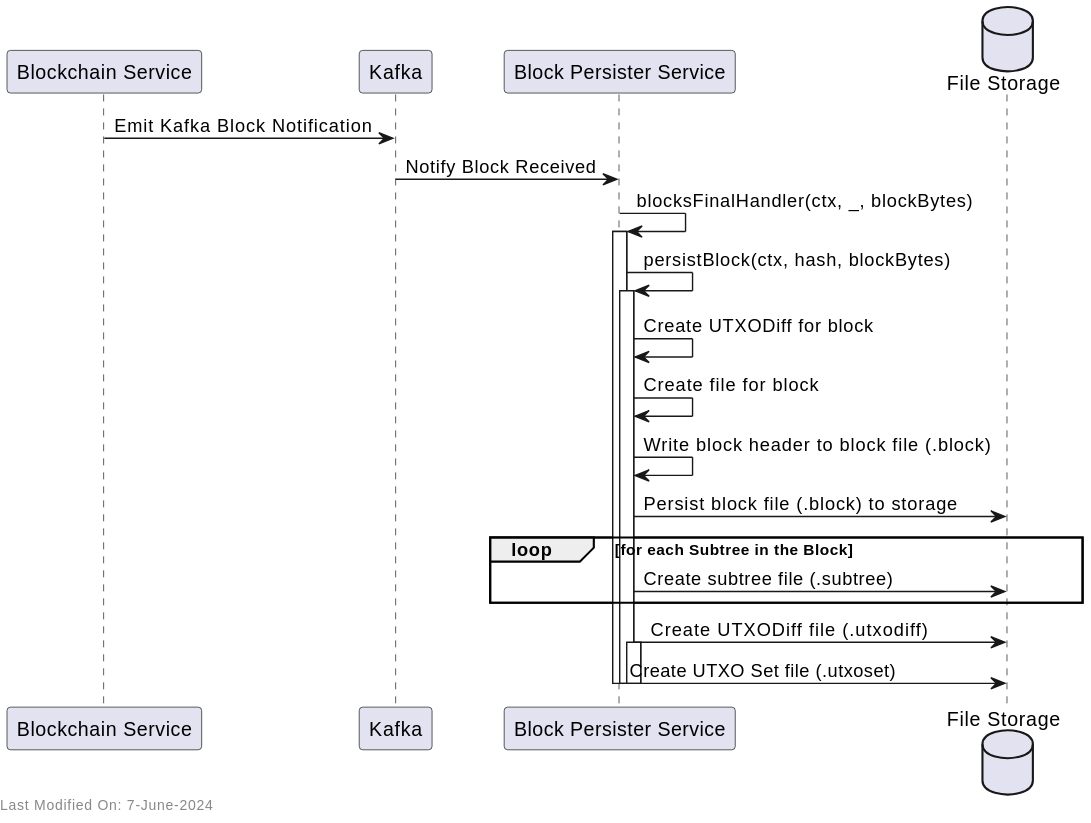
Before: docs/services/img/plantuml/blockpersister/block_persister_receive_new_blocks.svg, a diagram exported from PlantUML (freemans13/teranode). Its source is kept beside it as docs/services/img/plantuml/blockpersister/block_persister_receive_new_blocks.puml.
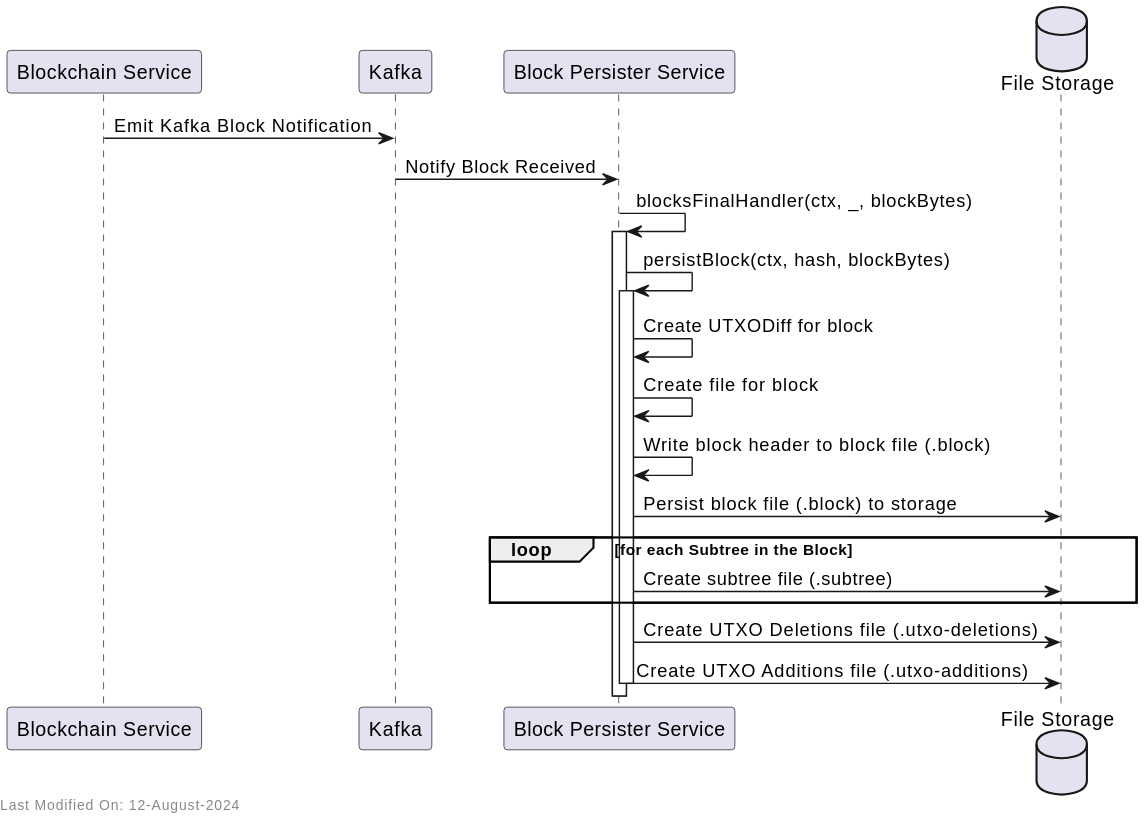
After the commit.

Commit message:
Documentation - Amendments to the Block Persister documentation, following recent changes.

What changed in the source:
```diff
@@ -21,17 +21,14 @@
     BlockPersister -> FileStorage: Create subtree file (.subtree)
 end
 
-BlockPersister -> FileStorage: Create UTXODiff file  (.utxodiff)
+BlockPersister -> FileStorage: Create UTXO Deletions file  (.utxo-deletions)
 
-activate BlockPersister
-BlockPersister -> FileStorage: Create UTXO Set file (.utxoset)
+BlockPersister -> FileStorage: Create UTXO Additions file (.utxo-additions)
 deactivate BlockPersister
 
 
-deactivate BlockPersister
-deactivate BlockPersister
 
 
-left footer Last Modified On: 7-June-2024
+left footer Last Modified On: 12-August-2024
 
 @enduml
```
